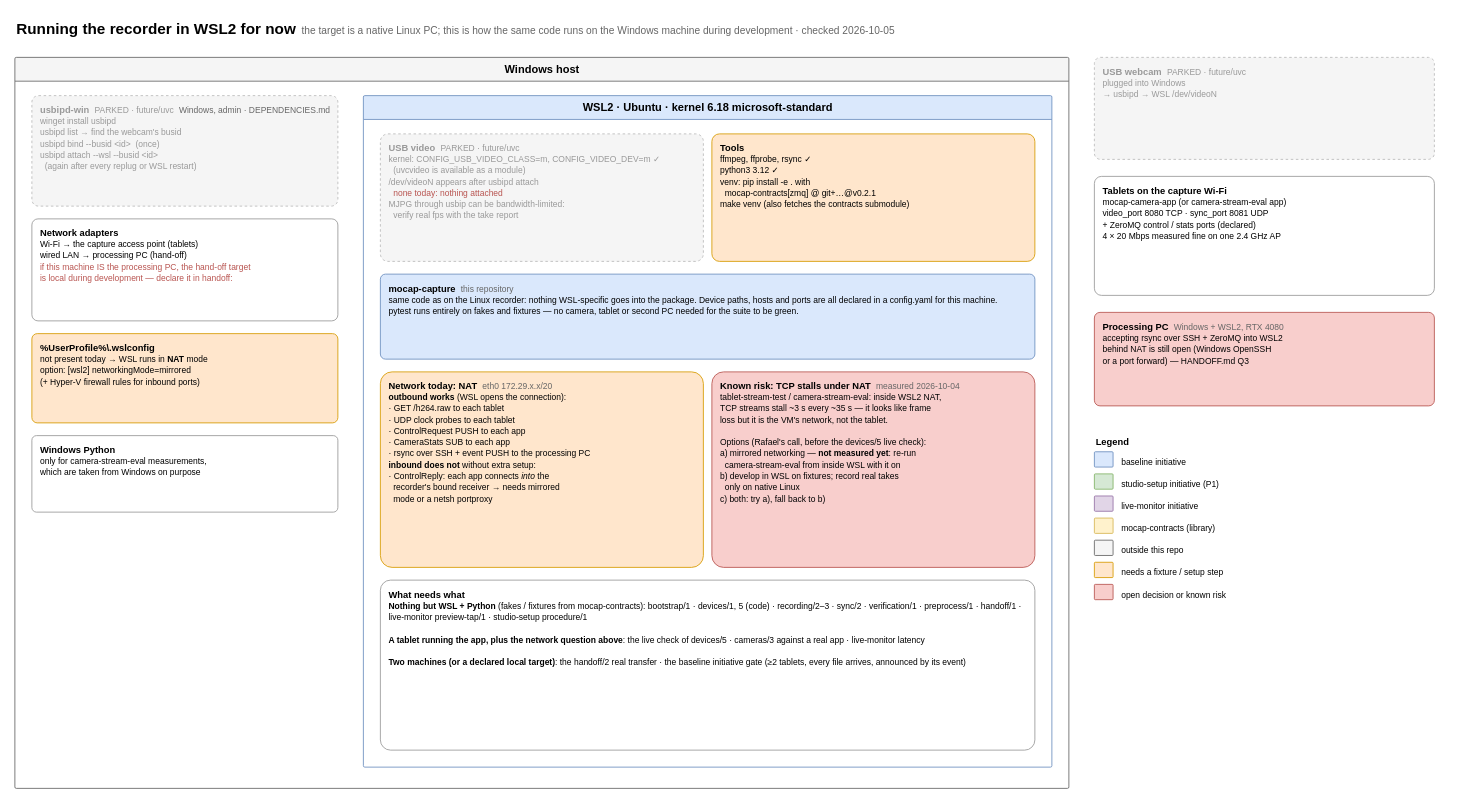
Above: page "3 · Dev setup (WSL2)" (3 of 4) of docs/recorder-pc.drawio in rafaelchiafarelli/mocap-capture (draw.io), before the change. Source tidied: cells renumbered, new cells numbered last; positions are measured from the earlier drawing's top-left corner, leaving out a move shared by most shapes. Both pictures are drawn from the tidied source at 85%, with x=0, y=0 at pixel (14, 14).
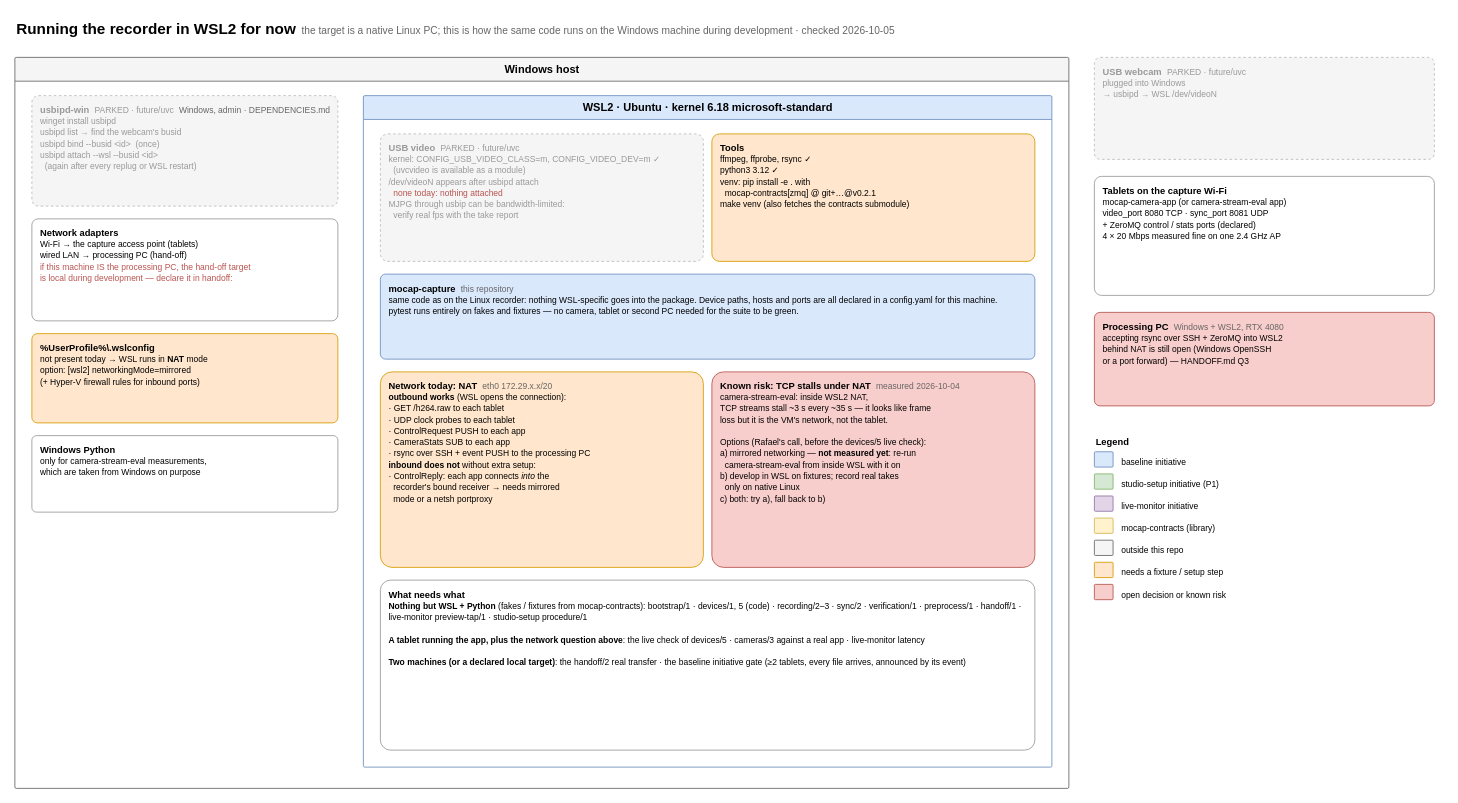
The same page after the edit.

Commit message:
docs(diagram): drop the removed tablet-stream-test from a recorder note

Unchanged cells that the change refers to:
```xml
<mxCell id="8" value="WSL2 · Ubuntu · kernel 6.18 microsoft-standard" style="swimlane;html=1;startSize=28;rounded=1;arcSize=2;fontSize=13;fontStyle=1;swimlaneFillColor=none;fillColor=#dae8fc;strokeColor=#6c8ebf;" parent="3" vertex="1">
  <mxGeometry x="410" y="45" width="810" height="790" as="geometry" />
</mxCell>
```

What changed in the source:
```diff
@@
-    <mxCell id="13" value="&lt;b&gt;Known risk: TCP stalls under NAT&lt;/b&gt; &amp;nbsp;&lt;font color='#666666' style='font-size:10px'&gt;measured 2026-10-04&lt;/font&gt;&lt;br&gt;&lt;font style='font-size:10px'&gt;tablet-stream-test / camera-stream-eval: inside WSL2 NAT,&lt;br&gt;TCP streams stall ~3 s every ~35 s — it looks like frame&lt;br&gt;loss but it is the VM's network, not the tablet.&lt;br&gt;&lt;br&gt;Options (Rafael's call, before the devices/5 live check):&lt;br&gt;a) mirrored networking — &lt;b&gt;not measured yet&lt;/b&gt;: re-run&lt;br&gt;&amp;nbsp;&amp;nbsp;camera-stream-eval from inside WSL with it on&lt;br&gt;b) develop in WSL on fixtures; record real takes&lt;br&gt;&amp;nbsp;&amp;nbsp;only on native Linux&lt;br&gt;c) both: try a), fall back to b)&lt;/font&gt;" style="rounded=1;whiteSpace=wrap;html=1;arcSize=6;align=left;verticalAlign=top;spacingLeft=8;spacingTop=4;fontSize=11;fillColor=#f8cecc;strokeColor=#b85450;" parent="8" vertex="1">
+    <mxCell id="13" value="&lt;b&gt;Known risk: TCP stalls under NAT&lt;/b&gt; &amp;nbsp;&lt;font color='#666666' style='font-size:10px'&gt;measured 2026-10-04&lt;/font&gt;&lt;br&gt;&lt;font style='font-size:10px'&gt;camera-stream-eval: inside WSL2 NAT,&lt;br&gt;TCP streams stall ~3 s every ~35 s — it looks like frame&lt;br&gt;loss but it is the VM's network, not the tablet.&lt;br&gt;&lt;br&gt;Options (Rafael's call, before the devices/5 live check):&lt;br&gt;a) mirrored networking — &lt;b&gt;not measured yet&lt;/b&gt;: re-run&lt;br&gt;&amp;nbsp;&amp;nbsp;camera-stream-eval from inside WSL with it on&lt;br&gt;b) develop in WSL on fixtures; record real takes&lt;br&gt;&amp;nbsp;&amp;nbsp;only on native Linux&lt;br&gt;c) both: try a), fall back to b)&lt;/font&gt;" style="rounded=1;whiteSpace=wrap;html=1;arcSize=6;align=left;verticalAlign=top;spacingLeft=8;spacingTop=4;fontSize=11;fillColor=#f8cecc;strokeColor=#b85450;" parent="8" vertex="1">
       <mxGeometry x="410" y="325" width="380" height="230" as="geometry" />
     </mxCell>
```
